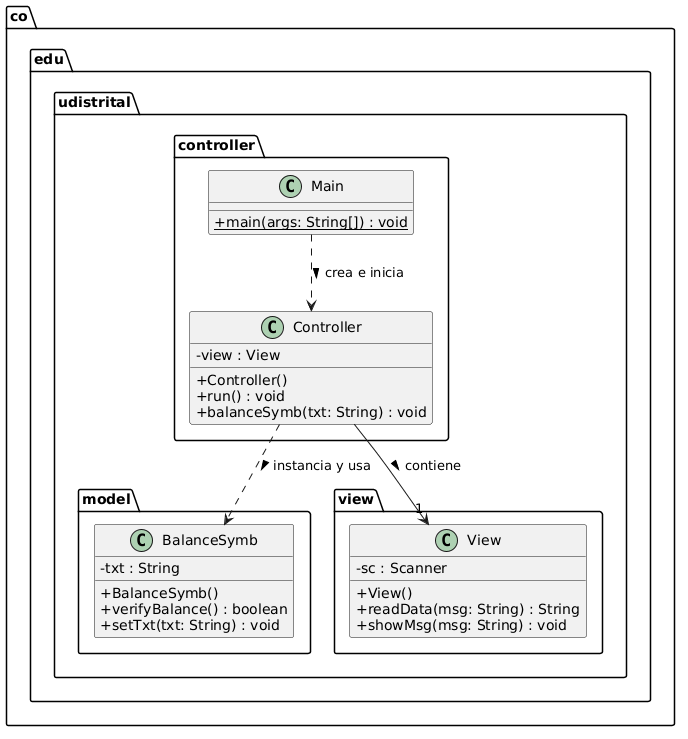
This is diagram/clases.png from Jimmy86gb/Ej_Stack, a PlantUML export, as it was before one commit.
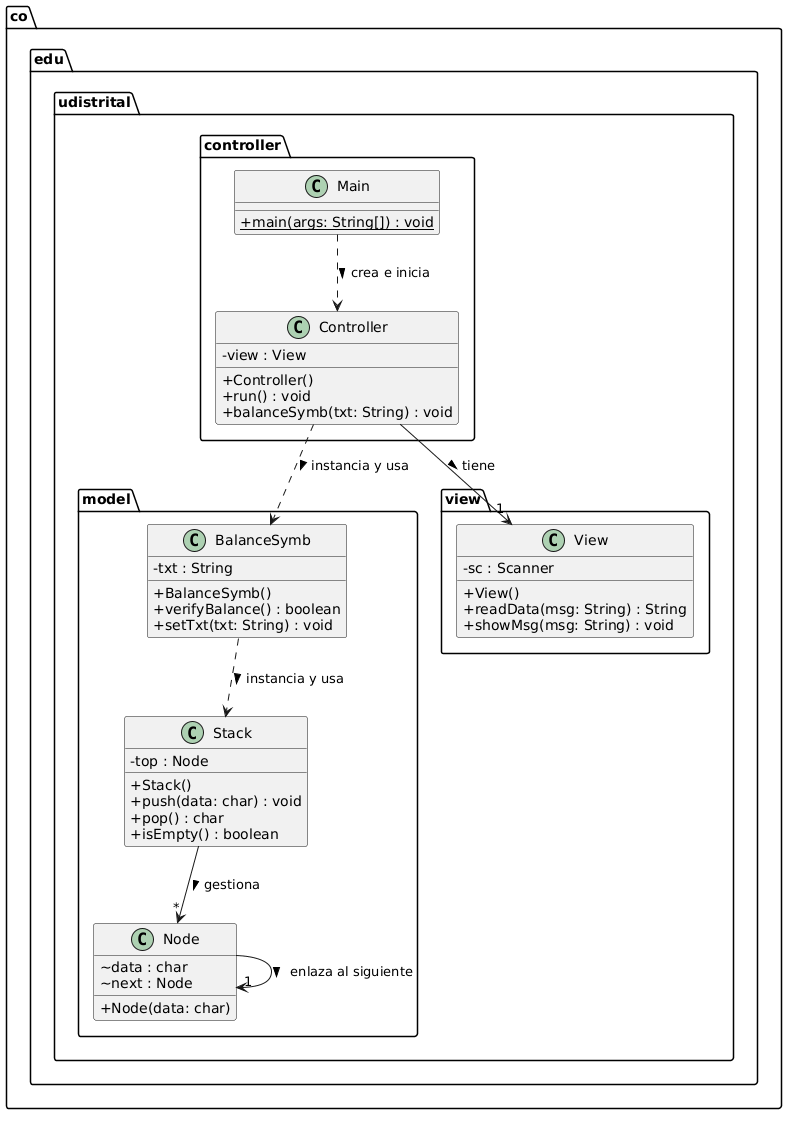
The same file after the commit.

Commit message:
Añade gitignore, refactorizado general, diagrama de clasess

The edit, as a diff of the source:
```diff
@@ -21,6 +21,20 @@
         + verifyBalance() : boolean
         + setTxt(txt: String) : void
     }
+
+    class Stack {
+        - top : Node
+        + Stack()
+        + push(data: char) : void
+        + pop() : char
+        + isEmpty() : boolean
+    }
+
+    class Node {
+        ~ data : char
+        ~ next : Node
+        + Node(data: char)
+    }
 }
 
 package co.edu.udistrital.view {
@@ -32,7 +46,12 @@
     }
 }
 
+
 Main ..> Controller : crea e inicia >
-Controller --> "1" View : contiene >
+Controller --> "1" View : tiene >
 Controller ..> BalanceSymb : instancia y usa >
+
+BalanceSymb ..> Stack : instancia y usa >
+Stack --> "*" Node : gestiona >
+Node --> "1" Node : enlaza al siguiente >
 @enduml
```
